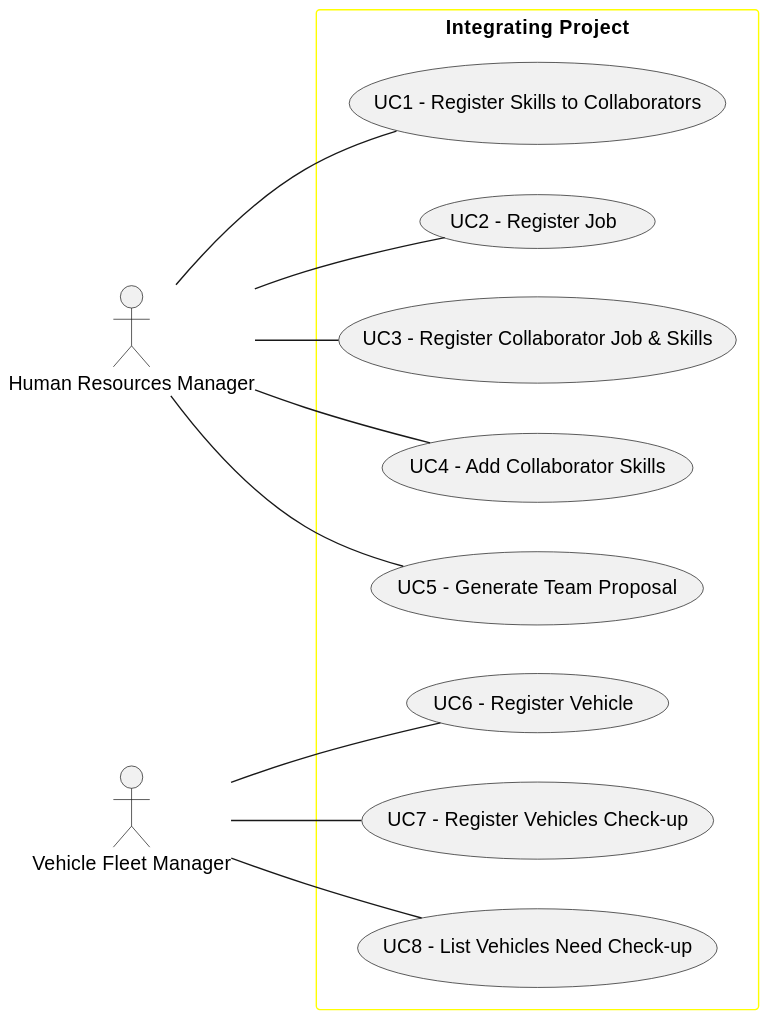
Before: docs/sprint2/global-artifacts/01.requirements-engineering/svg/use-case-diagram.svg, a diagram exported from PlantUML (1231360-ISEP/lei-24-s2-1db-g021).
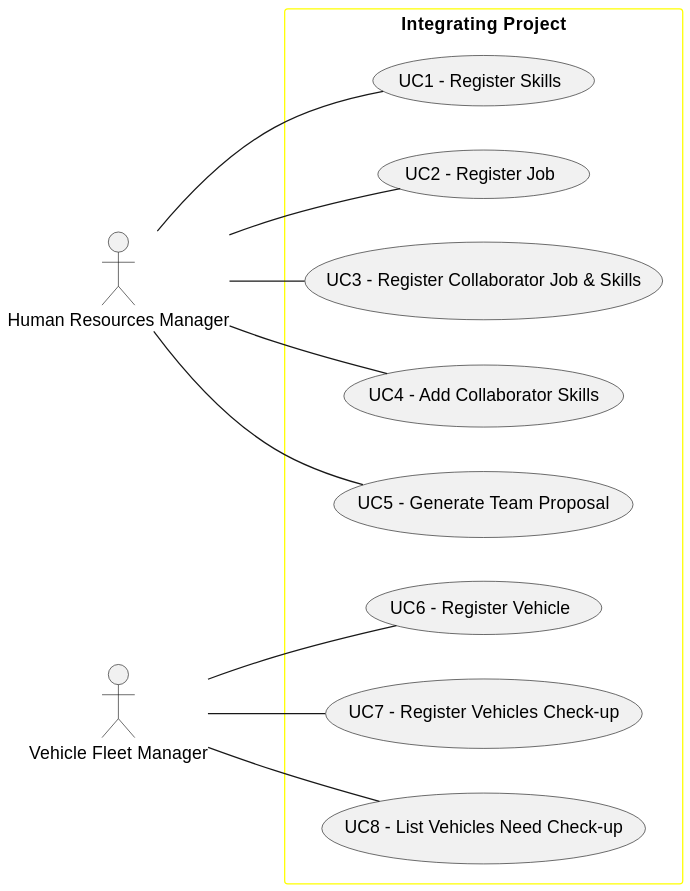
After the change.

Commit message:
Update Use Case Diagram SVG.

What changed in the source:
```diff
@@ -10,7 +10,7 @@
 left to right direction
 
 rectangle "Integrating Project" as actors {
-        usecase "UC1 - Register Skills to Collaborators" as UC1
+        usecase "UC1 - Register Skills" as UC1
         HRM -- UC1
         usecase "UC2 - Register Job" as UC2
         HRM -- UC2
```
